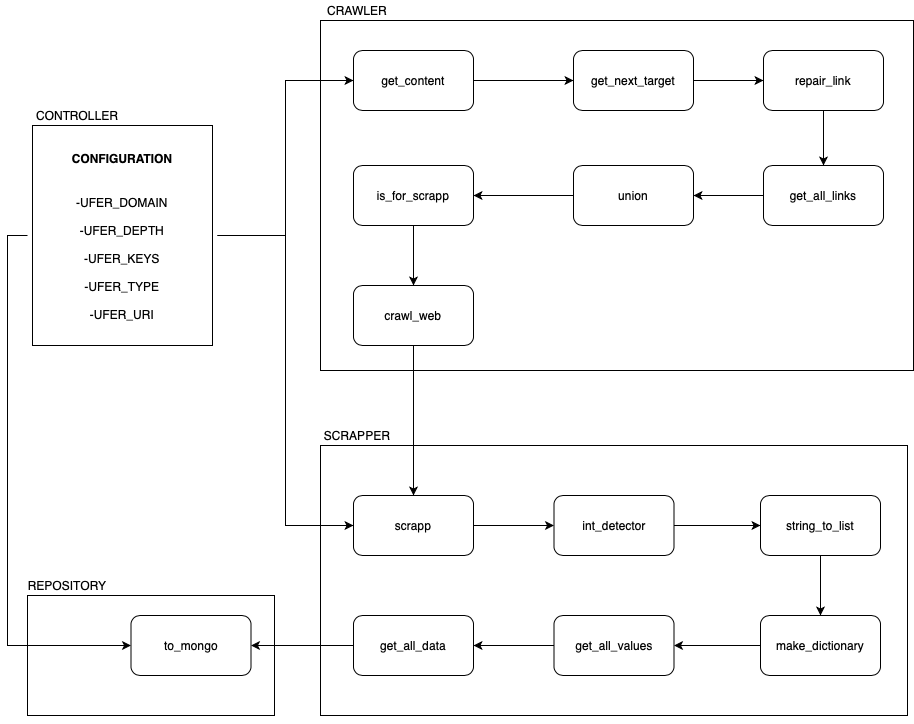
Charlos16v/proyecto-ufer keeps this draw.io diagram as images/UFER_components.png. Above is the earlier version. Source tidied: cells renumbered, new cells last; positions are measured from the earlier drawing's top-left corner, leaving out a move shared by most shapes.
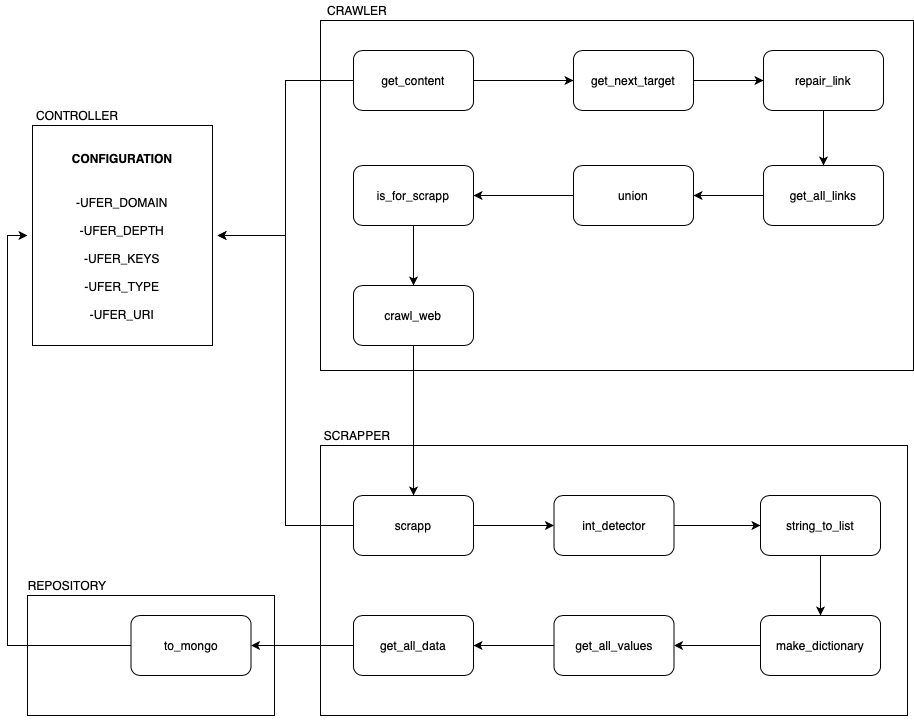
Above is the later version.

What changed in the source:
```diff
@@ -38,6 +38,9 @@
     <mxCell id="13" style="edgeStyle=orthogonalEdgeStyle;rounded=0;jettySize=auto;html=1;exitX=1;exitY=0.5;exitDx=0;exitDy=0;entryX=0;entryY=0.5;entryDx=0;entryDy=0;" parent="1" edge="1" source="14" target="8">
       <mxGeometry relative="1" as="geometry" />
     </mxCell>
+    <mxCell id="43" style="edgeStyle=orthogonalEdgeStyle;rounded=0;jettySize=auto;html=1;exitX=0;exitY=0.5;exitDx=0;exitDy=0;entryX=1;entryY=0.5;entryDx=0;entryDy=0;" parent="1" edge="1" source="14" target="36">
+      <mxGeometry relative="1" as="geometry" />
+    </mxCell>
     <mxCell id="14" value="scrapp" style="rounded=1;whiteSpace=wrap;html=1;" parent="1" vertex="1">
       <mxGeometry x="326" y="495" width="120" height="60" as="geometry" />
     </mxCell>
@@ -50,6 +53,9 @@
     <mxCell id="17" style="edgeStyle=orthogonalEdgeStyle;rounded=0;jettySize=auto;html=1;exitX=1;exitY=0.5;exitDx=0;exitDy=0;entryX=0;entryY=0.5;entryDx=0;entryDy=0;" parent="1" edge="1" source="18" target="22">
       <mxGeometry relative="1" as="geometry" />
     </mxCell>
+    <mxCell id="44" style="edgeStyle=orthogonalEdgeStyle;rounded=0;jettySize=auto;html=1;exitX=0;exitY=0.5;exitDx=0;exitDy=0;entryX=1;entryY=0.5;entryDx=0;entryDy=0;" parent="1" edge="1" source="18" target="36">
+      <mxGeometry relative="1" as="geometry" />
+    </mxCell>
     <mxCell id="18" value="get_content" style="rounded=1;whiteSpace=wrap;html=1;" parent="1" vertex="1">
       <mxGeometry x="326" y="50" width="120" height="60" as="geometry" />
     </mxCell>
@@ -95,15 +101,6 @@
     <mxCell id="32" style="edgeStyle=orthogonalEdgeStyle;rounded=0;orthogonalLoop=1;jettySize=auto;html=1;exitX=0.5;exitY=1;exitDx=0;exitDy=0;" parent="1" edge="1" source="3" target="3">
       <mxGeometry relative="1" as="geometry" />
     </mxCell>
-    <mxCell id="33" style="edgeStyle=orthogonalEdgeStyle;rounded=0;jettySize=auto;html=1;exitX=1;exitY=0.5;exitDx=0;exitDy=0;entryX=0;entryY=0.5;entryDx=0;entryDy=0;" parent="1" edge="1" source="36" target="18">
-      <mxGeometry relative="1" as="geometry" />
-    </mxCell>
-    <mxCell id="34" style="edgeStyle=orthogonalEdgeStyle;rounded=0;jettySize=auto;html=1;exitX=0;exitY=0.5;exitDx=0;exitDy=0;entryX=0;entryY=0.5;entryDx=0;entryDy=0;" parent="1" edge="1" source="36" target="39">
-      <mxGeometry relative="1" as="geometry" />
-    </mxCell>
-    <mxCell id="35" style="edgeStyle=orthogonalEdgeStyle;rounded=0;jettySize=auto;html=1;entryX=0;entryY=0.5;entryDx=0;entryDy=0;" parent="1" edge="1" source="36" target="14">
-      <mxGeometry relative="1" as="geometry" />
-    </mxCell>
     <mxCell id="36" value="&lt;h1&gt;&lt;font style=&quot;font-size: 12px&quot;&gt;CONFIGURATION&lt;/font&gt;&lt;/h1&gt;&lt;h1&gt;&lt;div&gt;&lt;span style=&quot;font-size: 12px ; font-weight: normal&quot;&gt;-UFER_DOMAIN&lt;/span&gt;&lt;/div&gt;&lt;div&gt;&lt;span style=&quot;font-size: 12px ; font-weight: normal&quot;&gt;-UFER_DEPTH&lt;/span&gt;&lt;/div&gt;&lt;div&gt;&lt;span style=&quot;font-size: 12px ; font-weight: normal&quot;&gt;-UFER_KEYS&lt;/span&gt;&lt;/div&gt;&lt;div&gt;&lt;span style=&quot;font-size: 12px ; font-weight: normal&quot;&gt;-UFER_TYPE&lt;/span&gt;&lt;/div&gt;&lt;div&gt;&lt;span style=&quot;font-size: 12px ; font-weight: normal&quot;&gt;-UFER_URI&lt;/span&gt;&lt;/div&gt;&lt;/h1&gt;" style="text;html=1;strokeColor=none;fillColor=none;spacing=5;spacingTop=-20;whiteSpace=wrap;overflow=hidden;rounded=0;shadow=0;align=center;" parent="1" vertex="1">
       <mxGeometry y="135" width="190" height="200" as="geometry" />
     </mxCell>
@@ -113,6 +110,9 @@
     <mxCell id="38" value="REPOSITORY" style="text;html=1;strokeColor=none;fillColor=none;align=center;verticalAlign=middle;whiteSpace=wrap;rounded=0;" parent="1" vertex="1">
       <mxGeometry x="20" y="575" width="40" height="20" as="geometry" />
     </mxCell>
+    <mxCell id="45" style="edgeStyle=orthogonalEdgeStyle;rounded=0;jettySize=auto;html=1;exitX=0;exitY=0.5;exitDx=0;exitDy=0;entryX=0;entryY=0.5;entryDx=0;entryDy=0;" parent="1" edge="1" source="39" target="36">
+      <mxGeometry relative="1" as="geometry" />
+    </mxCell>
     <mxCell id="39" value="to_mongo" style="rounded=1;whiteSpace=wrap;html=1;" parent="1" vertex="1">
       <mxGeometry x="103.5" y="615" width="120" height="60" as="geometry" />
     </mxCell>
```
